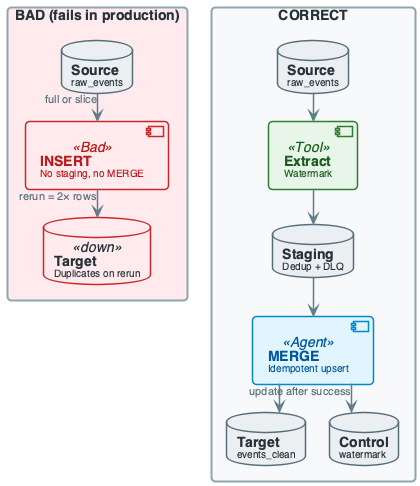
This is diagrams/week04/week4_lecture_bad_architecture.png from OrPerets/data-engineering-course, a PlantUML export, as it was before one commit. The source it was exported from:
```plantuml
@startuml

top to bottom direction
skinparam linetype ortho
skinparam shadowing false
skinparam roundcorner 8
skinparam handwritten false
skinparam nodesep 24
skinparam ranksep 28

skinparam defaultFontName "Segoe UI, Helvetica, sans-serif"
skinparam defaultFontSize 16
skinparam defaultFontColor #2C3E50

skinparam rectangle {
    BackgroundColor #F8F9FA
    BorderColor #90A4AE
    BorderThickness 2
    FontColor #263238
    FontSize 14
    FontStyle bold
    Padding 20
}

skinparam component {
    BackgroundColor #FFFFFF
    BorderColor #78909C
    BorderThickness 1.5
    FontSize 14
    Padding 12
}

skinparam database {
    BackgroundColor #ECEFF1
    BorderColor #546E7A
    BorderThickness 1.5
    FontSize 14
    FontColor #263238
}

skinparam arrow {
    Color #607D8B
    Thickness 1.5
    FontSize 11
    FontColor #546E7A
}

skinparam component<<UI>> {
    BorderColor #8E24AA
    BackgroundColor #F3E5F5
    FontColor #4A148C
}

skinparam component<<Agent>> {
    BorderColor #0288D1
    BackgroundColor #E1F5FE
    FontColor #01579B
}

skinparam component<<Tool>> {
    BorderColor #2E7D32
    BackgroundColor #E8F5E9
    FontColor #1B5E20
}

skinparam component<<Config>> {
    BorderColor #F57C00
    BackgroundColor #FFF3E0
    FontColor #E65100
}

skinparam component<<Bad>> {
    BorderColor #C62828
    BackgroundColor #FFEBEE
    FontColor #B71C1C
}

skinparam component<<V1>> {
    BorderColor #F57C00
    BackgroundColor #FFF3E0
    FontColor #E65100
}

skinparam component<<V2>> {
    BorderColor #2E7D32
    BackgroundColor #E8F5E9
    FontColor #1B5E20
}

skinparam component<<up>> {
    BackgroundColor #E8F5E9
    BorderColor #2E7D32
}

skinparam component<<down>> {
    BackgroundColor #FFEBEE
    BorderColor #C62828
}

skinparam database<<up>> {
    BackgroundColor #E8F5E9
    BorderColor #2E7D32
}

skinparam database<<down>> {
    BackgroundColor #FFEBEE
    BorderColor #C62828
}

skinparam component<<success>> {
    BackgroundColor #E8F5E9
    BorderColor #2E7D32
}

skinparam component<<failure>> {
    BackgroundColor #FFEBEE
    BorderColor #C62828
}


rectangle "BAD (fails in production)" #FFEBEE {
    database "**Source**\n<size:10>raw_events</size>" as SRC_BAD
    component "**INSERT**\n<size:10>No staging, no MERGE</size>" as INS_BAD <<Bad>>
    database "**Target**\n<size:10>Duplicates on rerun</size>" as TGT_BAD <<down>>
}
SRC_BAD --> INS_BAD : "full or slice"
INS_BAD --> TGT_BAD : "rerun = 2× rows"

rectangle "CORRECT" #F8F9FA {
    database "**Source**\n<size:10>raw_events</size>" as SRC_OK
    component "**Extract**\n<size:10>Watermark</size>" as EXT <<Tool>>
    database "**Staging**\n<size:10>Dedup + DLQ</size>" as STG
    component "**MERGE**\n<size:10>Idempotent upsert</size>" as MERGE <<Agent>>
    database "**Target**\n<size:10>events_clean</size>" as TGT_OK
    database "**Control**\n<size:10>watermark</size>" as CTRL
}
SRC_OK --> EXT
EXT --> STG
STG --> MERGE
MERGE --> TGT_OK
MERGE --> CTRL : "update after success"

@enduml
```
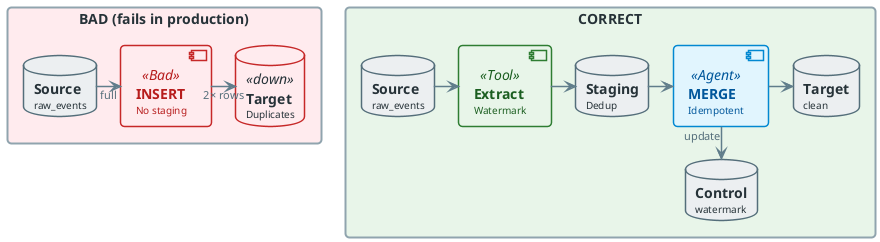
Later version of the same file.

Change to the diagram source:
```diff
@@ -118,26 +118,27 @@
 }
 
 
+
 rectangle "BAD (fails in production)" #FFEBEE {
     database "**Source**\n<size:10>raw_events</size>" as SRC_BAD
-    component "**INSERT**\n<size:10>No staging, no MERGE</size>" as INS_BAD <<Bad>>
-    database "**Target**\n<size:10>Duplicates on rerun</size>" as TGT_BAD <<down>>
+    component "**INSERT**\n<size:10>No staging</size>" as INS_BAD <<Bad>>
+    database "**Target**\n<size:10>Duplicates</size>" as TGT_BAD <<down>>
+    SRC_BAD -right-> INS_BAD : "full"
+    INS_BAD -right-> TGT_BAD : "2× rows"
 }
-SRC_BAD --> INS_BAD : "full or slice"
-INS_BAD --> TGT_BAD : "rerun = 2× rows"
 
-rectangle "CORRECT" #F8F9FA {
+rectangle "CORRECT" #E8F5E9 {
     database "**Source**\n<size:10>raw_events</size>" as SRC_OK
     component "**Extract**\n<size:10>Watermark</size>" as EXT <<Tool>>
-    database "**Staging**\n<size:10>Dedup + DLQ</size>" as STG
-    component "**MERGE**\n<size:10>Idempotent upsert</size>" as MERGE <<Agent>>
-    database "**Target**\n<size:10>events_clean</size>" as TGT_OK
+    database "**Staging**\n<size:10>Dedup</size>" as STG
+    component "**MERGE**\n<size:10>Idempotent</size>" as MERGE <<Agent>>
+    database "**Target**\n<size:10>clean</size>" as TGT_OK
     database "**Control**\n<size:10>watermark</size>" as CTRL
+    SRC_OK -right-> EXT
+    EXT -right-> STG
+    STG -right-> MERGE
+    MERGE -right-> TGT_OK
+    MERGE -down-> CTRL : "update"
 }
-SRC_OK --> EXT
-EXT --> STG
-STG --> MERGE
-MERGE --> TGT_OK
-MERGE --> CTRL : "update after success"
 
 @enduml
```
